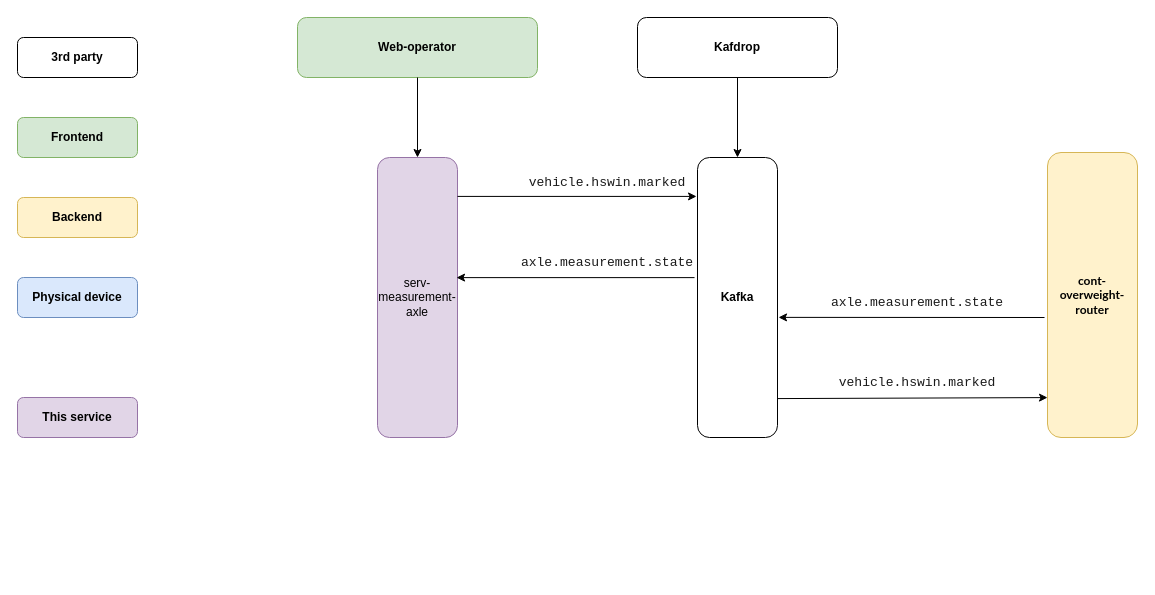
Before: Untitled Diagram.drawio in theshysadec98/diagram_weather, a draw.io diagram. Source tidied: cells renumbered, new cells numbered last; positions are measured from the earlier drawing's top-left corner, leaving out a move shared by most shapes. Both pictures are drawn from the tidied source at 100%, with x=0, y=0 at pixel (17, 17).
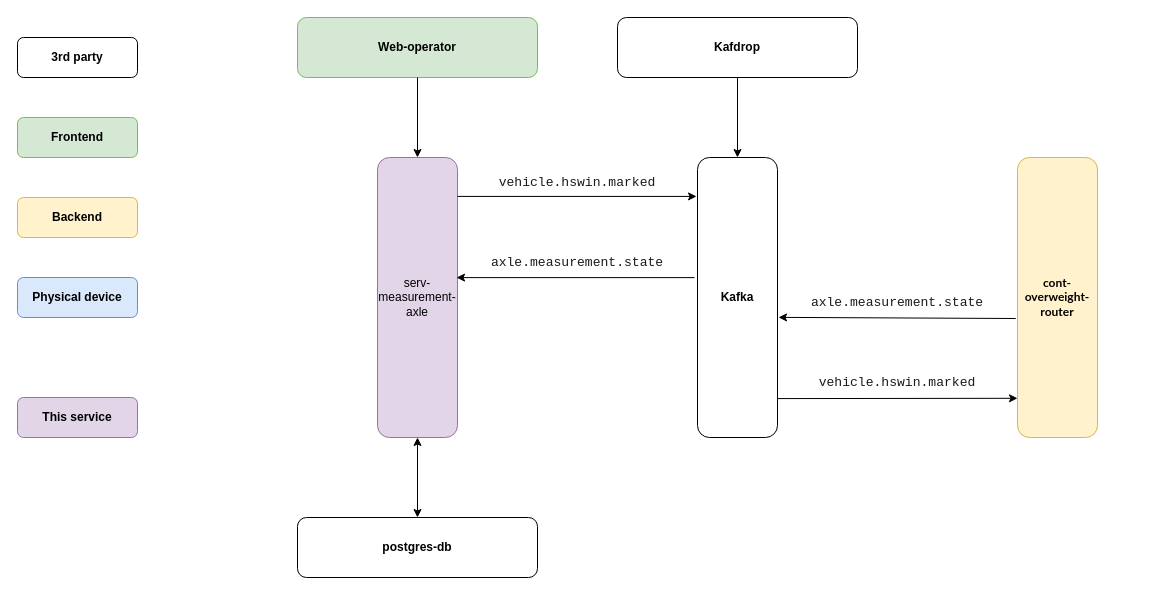
The same page after the edit.

Unchanged cells that the change refers to:
```xml
<mxCell id="7" value="&lt;b&gt;Kafka&lt;/b&gt;" style="rounded=1;whiteSpace=wrap;html=1;" parent="1" vertex="1">
  <mxGeometry x="680" y="140" width="80" height="280" as="geometry" />
</mxCell>
<mxCell id="12" value="serv-measurement-axle" style="rounded=1;whiteSpace=wrap;html=1;fillColor=#e1d5e7;strokeColor=#9673a6;" parent="1" vertex="1">
  <mxGeometry x="360" y="140" width="80" height="280" as="geometry" />
</mxCell>
```

The edit, as a diff of the source:
```diff
@@
     <mxCell id="6" value="&lt;b&gt;Kafdrop&lt;/b&gt;" style="rounded=1;whiteSpace=wrap;html=1;" parent="1" vertex="1">
-      <mxGeometry x="620" width="200" height="60" as="geometry" />
+      <mxGeometry x="600" width="240" height="60" as="geometry" />
     </mxCell>
@@
     <mxCell id="9" value="&lt;span style=&quot;font-family: &amp;#34;lato&amp;#34; , &amp;#34;arial&amp;#34;&quot;&gt;&lt;b&gt;&lt;font style=&quot;font-size: 12px&quot;&gt;cont-overweight-router&lt;/font&gt;&lt;/b&gt;&lt;/span&gt;" style="rounded=1;whiteSpace=wrap;html=1;fillColor=#fff2cc;strokeColor=#d6b656;" parent="1" vertex="1">
-      <mxGeometry x="1030" y="135" width="90" height="285" as="geometry" />
+      <mxGeometry x="1000" y="140" width="80" height="280" as="geometry" />
     </mxCell>
     <mxCell id="10" value="&lt;pre&gt;&lt;font face=&quot;jetbrains mono, monospace&quot; color=&quot;#1a1a1a&quot;&gt;&lt;span style=&quot;font-size: 13.0667px ; background-color: rgb(255 , 255 , 255)&quot;&gt;vehicle.hswin.marked&lt;/span&gt;&lt;/font&gt;&lt;/pre&gt;" style="text;html=1;strokeColor=none;fillColor=none;align=center;verticalAlign=middle;whiteSpace=wrap;rounded=0;" parent="1" vertex="1">
-      <mxGeometry x="500" y="150" width="180" height="30" as="geometry" />
+      <mxGeometry x="470" y="150" width="180" height="30" as="geometry" />
     </mxCell>
@@
     <mxCell id="13" value="&lt;pre&gt;&lt;font face=&quot;jetbrains mono, monospace&quot; color=&quot;#1a1a1a&quot;&gt;&lt;span style=&quot;font-size: 13.0667px ; background-color: rgb(255 , 255 , 255)&quot;&gt;axle.measurement.state&lt;/span&gt;&lt;/font&gt;&lt;font color=&quot;#bbbbbb&quot; face=&quot;jetbrains mono, monospace&quot; style=&quot;background-color: rgb(40 , 44 , 52)&quot;&gt;&lt;span style=&quot;font-size: 9.8pt&quot;&gt;&lt;br&gt;&lt;/span&gt;&lt;/font&gt;&lt;/pre&gt;" style="text;html=1;strokeColor=none;fillColor=none;align=center;verticalAlign=middle;whiteSpace=wrap;rounded=0;" parent="1" vertex="1">
-      <mxGeometry x="500" y="230" width="180" height="30" as="geometry" />
+      <mxGeometry x="470" y="230" width="180" height="30" as="geometry" />
     </mxCell>
@@
     <mxCell id="19" value="&lt;pre&gt;&lt;font face=&quot;jetbrains mono, monospace&quot; color=&quot;#1a1a1a&quot;&gt;&lt;span style=&quot;font-size: 13.0667px ; background-color: rgb(255 , 255 , 255)&quot;&gt;vehicle.hswin.marked&lt;/span&gt;&lt;/font&gt;&lt;/pre&gt;" style="text;html=1;strokeColor=none;fillColor=none;align=center;verticalAlign=middle;whiteSpace=wrap;rounded=0;" parent="1" vertex="1">
-      <mxGeometry x="810" y="350" width="180" height="30" as="geometry" />
+      <mxGeometry x="790" y="350" width="180" height="30" as="geometry" />
     </mxCell>
     <mxCell id="20" value="&lt;pre&gt;&lt;font face=&quot;jetbrains mono, monospace&quot; color=&quot;#1a1a1a&quot;&gt;&lt;span style=&quot;font-size: 13.0667px ; background-color: rgb(255 , 255 , 255)&quot;&gt;axle.measurement.state&lt;/span&gt;&lt;/font&gt;&lt;font color=&quot;#bbbbbb&quot; face=&quot;jetbrains mono, monospace&quot; style=&quot;background-color: rgb(40 , 44 , 52)&quot;&gt;&lt;span style=&quot;font-size: 9.8pt&quot;&gt;&lt;br&gt;&lt;/span&gt;&lt;/font&gt;&lt;/pre&gt;" style="text;html=1;strokeColor=none;fillColor=none;align=center;verticalAlign=middle;whiteSpace=wrap;rounded=0;" parent="1" vertex="1">
-      <mxGeometry x="810" y="270" width="180" height="30" as="geometry" />
+      <mxGeometry x="790" y="270" width="180" height="30" as="geometry" />
     </mxCell>
-    <mxCell id="21" style="endArrow=classic;html=1;rounded=0;fontSize=12;entryX=1.013;entryY=0.571;entryDx=0;entryDy=0;entryPerimeter=0;exitX=-0.033;exitY=0.579;exitDx=0;exitDy=0;exitPerimeter=0;" parent="1" edge="1" source="9" target="7">
+    <mxCell id="21" style="endArrow=classic;html=1;rounded=0;fontSize=12;entryX=1.013;entryY=0.571;entryDx=0;entryDy=0;entryPerimeter=0;exitX=-0.022;exitY=0.575;exitDx=0;exitDy=0;exitPerimeter=0;" parent="1" edge="1" source="9" target="7">
       <mxGeometry relative="1" as="geometry" />
     </mxCell>
+    <mxCell id="22" value="&lt;b&gt;postgres-db&lt;/b&gt;" style="rounded=1;whiteSpace=wrap;html=1;" parent="1" vertex="1">
+      <mxGeometry x="280" y="500" width="240" height="60" as="geometry" />
+    </mxCell>
+    <mxCell id="23" style="endArrow=classic;startArrow=classic;html=1;rounded=0;exitX=0.5;exitY=0;exitDx=0;exitDy=0;entryX=0.5;entryY=1;entryDx=0;entryDy=0;" parent="1" edge="1" source="22" target="12">
+      <mxGeometry relative="1" as="geometry" />
+    </mxCell>
```
